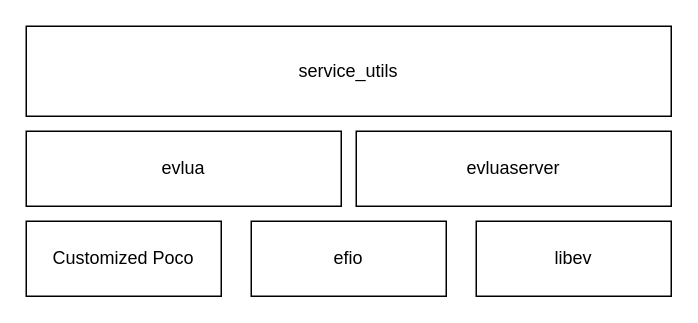
The draw.io diagram Overview.drawio in Tekenlight/evpoco, before the edit. Source tidied: cells renumbered, new cells numbered last; positions are measured from the earlier drawing's top-left corner, leaving out a move shared by most shapes. Both pictures are drawn from the tidied source at 150%, with x=0, y=0 at pixel (26, 26).
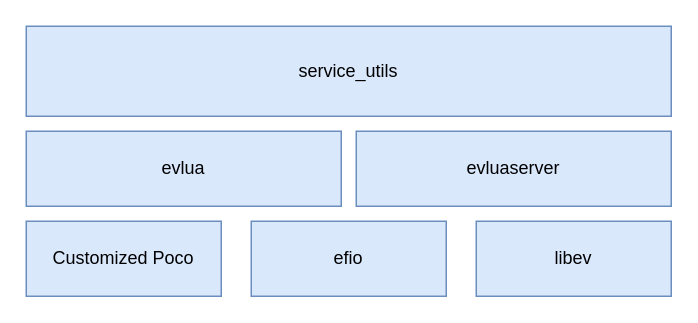
Above is the later version.

The edit, as a diff of the source:
```diff
@@
 <mxGraphModel>
   <root>
     <mxCell id="0" />
     <mxCell id="1" parent="0" />
-    <mxCell id="2" value="Customized Poco" style="rounded=0;whiteSpace=wrap;html=1;" parent="1" vertex="1">
+    <mxCell id="2" value="Customized Poco" style="rounded=0;whiteSpace=wrap;html=1;fillColor=#dae8fc;strokeColor=#6c8ebf;" parent="1" vertex="1">
       <mxGeometry y="130" width="130" height="50" as="geometry" />
     </mxCell>
-    <mxCell id="3" value="efio" style="rounded=0;whiteSpace=wrap;html=1;" parent="1" vertex="1">
+    <mxCell id="3" value="efio" style="rounded=0;whiteSpace=wrap;html=1;fillColor=#dae8fc;strokeColor=#6c8ebf;" parent="1" vertex="1">
       <mxGeometry x="150" y="130" width="130" height="50" as="geometry" />
     </mxCell>
-    <mxCell id="4" value="libev" style="rounded=0;whiteSpace=wrap;html=1;" parent="1" vertex="1">
+    <mxCell id="4" value="libev" style="rounded=0;whiteSpace=wrap;html=1;fillColor=#dae8fc;strokeColor=#6c8ebf;" parent="1" vertex="1">
       <mxGeometry x="300" y="130" width="130" height="50" as="geometry" />
     </mxCell>
-    <mxCell id="5" value="evlua" style="rounded=0;whiteSpace=wrap;html=1;" parent="1" vertex="1">
+    <mxCell id="5" value="evlua" style="rounded=0;whiteSpace=wrap;html=1;fillColor=#dae8fc;strokeColor=#6c8ebf;" parent="1" vertex="1">
       <mxGeometry y="70" width="210" height="50" as="geometry" />
     </mxCell>
-    <mxCell id="6" value="evluaserver" style="rounded=0;whiteSpace=wrap;html=1;" parent="1" vertex="1">
+    <mxCell id="6" value="evluaserver" style="rounded=0;whiteSpace=wrap;html=1;fillColor=#dae8fc;strokeColor=#6c8ebf;" parent="1" vertex="1">
       <mxGeometry x="220" y="70" width="210" height="50" as="geometry" />
     </mxCell>
-    <mxCell id="7" value="service_utils" style="rounded=0;whiteSpace=wrap;html=1;" parent="1" vertex="1">
+    <mxCell id="7" value="service_utils" style="rounded=0;whiteSpace=wrap;html=1;fillColor=#dae8fc;strokeColor=#6c8ebf;" parent="1" vertex="1">
       <mxGeometry width="430" height="60" as="geometry" />
     </mxCell>
   </root>
 </mxGraphModel>
```
